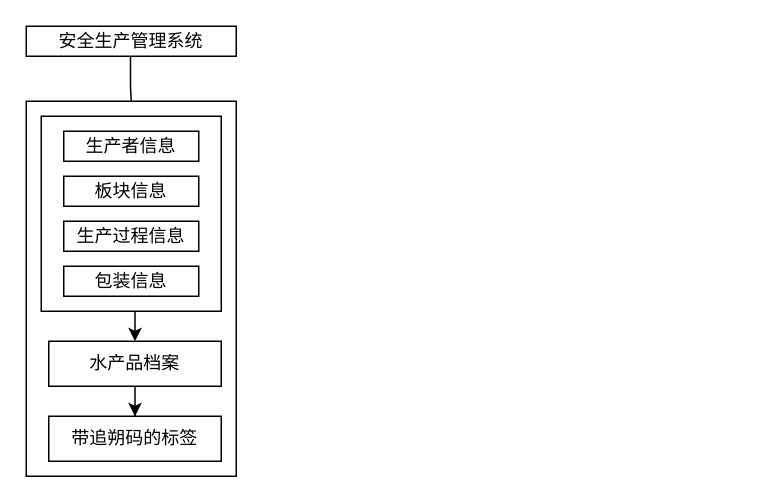
Above: 未命名绘图.drawio in 729973389/picture (draw.io), before the change. Source tidied: cells renumbered, new cells numbered last; positions are measured from the earlier drawing's top-left corner, leaving out a move shared by most shapes. Both pictures are drawn from the tidied source at 150%, with x=0, y=0 at pixel (26, 26).
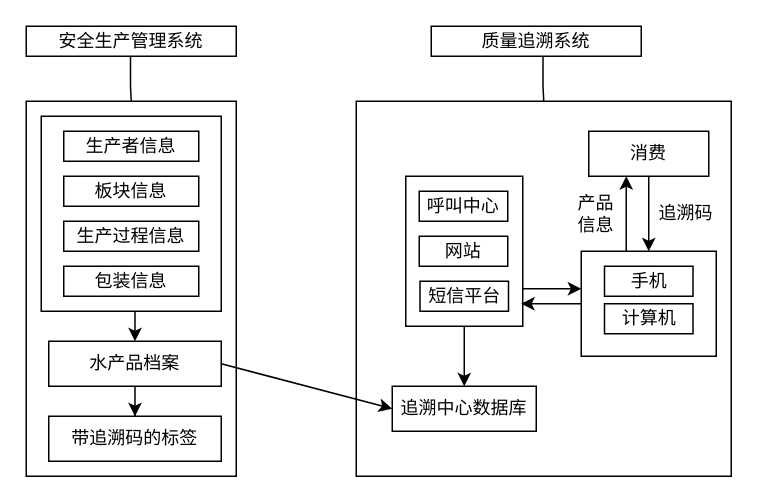
Above is the later version.

Commit message:
更新未命名绘图.drawio

Unchanged cells that the change refers to:
```xml
<mxCell id="13" value="水产品档案" style="rounded=0;whiteSpace=wrap;html=1;" parent="1" vertex="1">
  <mxGeometry x="15" y="210" width="115" height="30" as="geometry" />
</mxCell>
```

The edit, as a diff of the source:
```diff
@@
-    <mxCell id="14" value="带追朔码的标签" style="rounded=0;whiteSpace=wrap;html=1;" parent="1" vertex="1">
+    <mxCell id="14" value="带追溯码的标签" style="rounded=0;whiteSpace=wrap;html=1;" parent="1" vertex="1">
       <mxGeometry x="15" y="260" width="115" height="30" as="geometry" />
     </mxCell>
+    <mxCell id="15" value="质量追溯系统" style="rounded=0;whiteSpace=wrap;html=1;" parent="1" vertex="1">
+      <mxGeometry x="270" width="140" height="20" as="geometry" />
+    </mxCell>
+    <mxCell id="16" style="rounded=0;whiteSpace=wrap;html=1;" parent="1" vertex="1">
+      <mxGeometry x="220" y="50" width="250" height="250" as="geometry" />
+    </mxCell>
+    <mxCell id="17" style="endArrow=none;html=1;rounded=0;" parent="1" edge="1">
+      <mxGeometry relative="1" as="geometry">
+        <mxPoint x="345" y="50" as="sourcePoint" />
+        <mxPoint x="344.5" y="20" as="targetPoint" />
+        <Array as="points">
+          <mxPoint x="344.5" y="40" />
+        </Array>
+      </mxGeometry>
+    </mxCell>
+    <mxCell id="18" value="追溯中心数据库" style="rounded=0;whiteSpace=wrap;html=1;" parent="1" vertex="1">
+      <mxGeometry x="244" y="240" width="96" height="30" as="geometry" />
+    </mxCell>
+    <mxCell id="19" style="edgeStyle=orthogonalEdgeStyle;rounded=0;jettySize=auto;html=1;exitX=0.5;exitY=1;exitDx=0;exitDy=0;entryX=0.5;entryY=0;entryDx=0;entryDy=0;" parent="1" edge="1" source="20" target="18">
+      <mxGeometry relative="1" as="geometry" />
+    </mxCell>
+    <mxCell id="20" style="rounded=0;whiteSpace=wrap;html=1;" parent="1" vertex="1">
+      <mxGeometry x="253" y="100" width="78" height="100" as="geometry" />
+    </mxCell>
+    <mxCell id="21" value="呼叫中心" style="rounded=0;whiteSpace=wrap;html=1;" parent="1" vertex="1">
+      <mxGeometry x="262" y="110" width="59" height="20" as="geometry" />
+    </mxCell>
+    <mxCell id="22" value="网站" style="rounded=0;whiteSpace=wrap;html=1;" parent="1" vertex="1">
+      <mxGeometry x="262" y="140" width="59" height="20" as="geometry" />
+    </mxCell>
+    <mxCell id="23" value="短信平台" style="rounded=0;whiteSpace=wrap;html=1;" parent="1" vertex="1">
+      <mxGeometry x="262.5" y="170" width="59" height="20" as="geometry" />
+    </mxCell>
+    <mxCell id="24" style="endArrow=classic;html=1;rounded=0;entryX=0;entryY=0.5;entryDx=0;entryDy=0;exitX=1;exitY=0.5;exitDx=0;exitDy=0;" parent="1" edge="1" source="13" target="18">
+      <mxGeometry relative="1" as="geometry" />
+    </mxCell>
+    <mxCell id="25" style="edgeStyle=orthogonalEdgeStyle;rounded=0;jettySize=auto;html=1;entryX=0.987;entryY=0.85;entryDx=0;entryDy=0;entryPerimeter=0;" parent="1" edge="1" source="26" target="20">
+      <mxGeometry relative="1" as="geometry" />
+    </mxCell>
+    <mxCell id="26" style="rounded=0;whiteSpace=wrap;html=1;" parent="1" vertex="1">
+      <mxGeometry x="370" y="150" width="90" height="70" as="geometry" />
+    </mxCell>
+    <mxCell id="27" value="手机" style="rounded=0;whiteSpace=wrap;html=1;" parent="1" vertex="1">
+      <mxGeometry x="385.5" y="160" width="59" height="20" as="geometry" />
+    </mxCell>
+    <mxCell id="28" value="计算机" style="rounded=0;whiteSpace=wrap;html=1;" parent="1" vertex="1">
+      <mxGeometry x="385.5" y="185" width="59" height="20" as="geometry" />
+    </mxCell>
+    <mxCell id="29" style="endArrow=classic;html=1;rounded=0;exitX=1;exitY=0.75;exitDx=0;exitDy=0;" parent="1" edge="1" source="20">
+      <mxGeometry relative="1" as="geometry">
+        <mxPoint x="370" y="175" as="targetPoint" />
+      </mxGeometry>
+    </mxCell>
+    <mxCell id="30" style="edgeStyle=orthogonalEdgeStyle;rounded=0;jettySize=auto;html=1;exitX=0.5;exitY=1;exitDx=0;exitDy=0;entryX=0.5;entryY=0;entryDx=0;entryDy=0;" parent="1" edge="1" source="31" target="26">
+      <mxGeometry relative="1" as="geometry" />
+    </mxCell>
+    <mxCell id="31" value="消费" style="rounded=0;whiteSpace=wrap;html=1;" parent="1" vertex="1">
+      <mxGeometry x="375" y="70" width="80" height="30" as="geometry" />
+    </mxCell>
+    <mxCell id="32" style="endArrow=classic;html=1;rounded=0;" parent="1" edge="1">
+      <mxGeometry relative="1" as="geometry">
+        <mxPoint x="400" y="150" as="sourcePoint" />
+        <mxPoint x="400" y="100" as="targetPoint" />
+      </mxGeometry>
+    </mxCell>
+    <mxCell id="33" value="产品&lt;br&gt;信息" style="text;html=1;strokeColor=none;fillColor=none;align=center;verticalAlign=middle;whiteSpace=wrap;rounded=0;" parent="1" vertex="1">
+      <mxGeometry x="350" y="110" width="60" height="30" as="geometry" />
+    </mxCell>
+    <mxCell id="34" value="追溯码" style="text;html=1;strokeColor=none;fillColor=none;align=center;verticalAlign=middle;whiteSpace=wrap;rounded=0;" parent="1" vertex="1">
+      <mxGeometry x="410" y="110" width="60" height="30" as="geometry" />
+    </mxCell>
```
